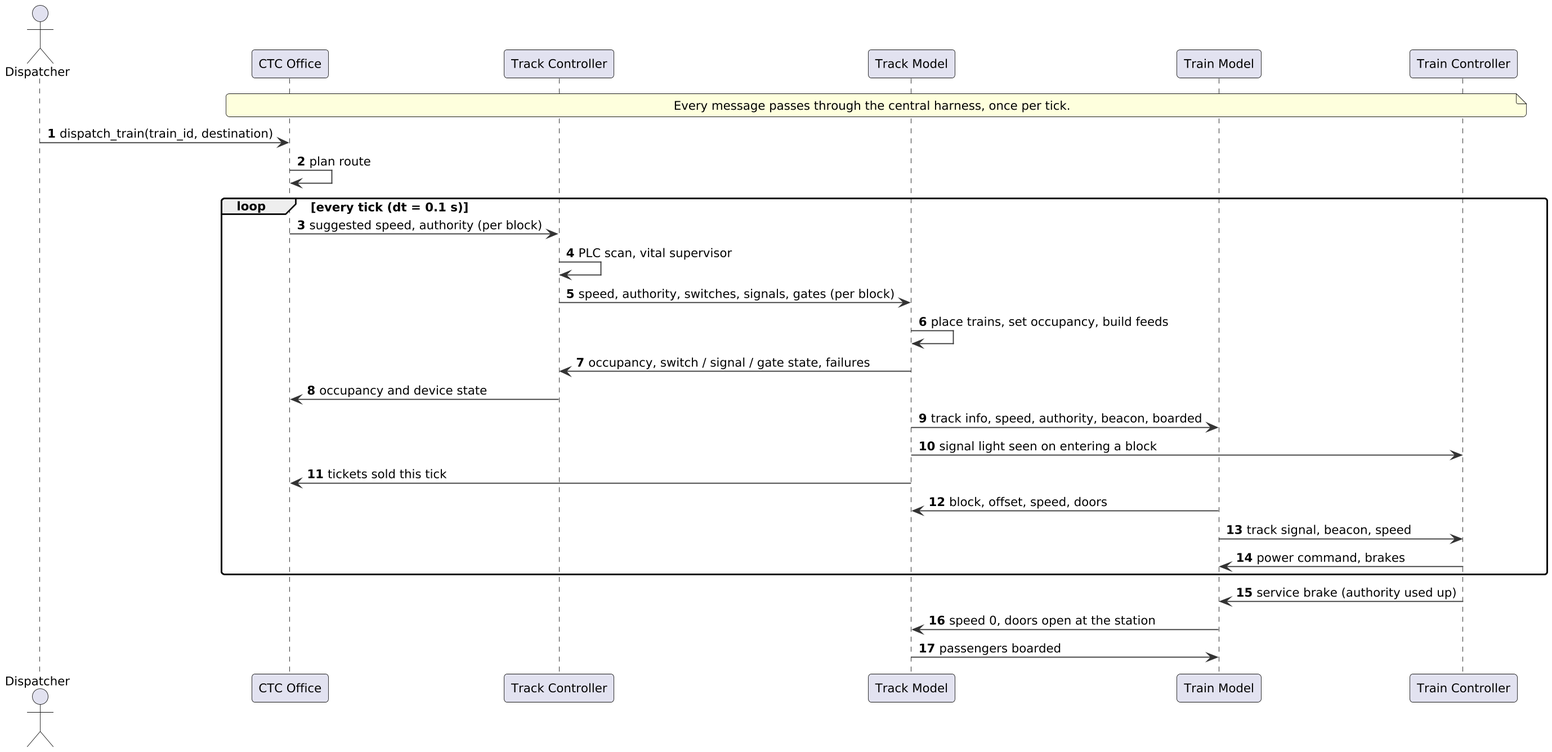
Landiss04/Track-Overflow keeps this PlantUML diagram as documents/uml/track_model/sd16_dispatch.png. Above is the earlier version.
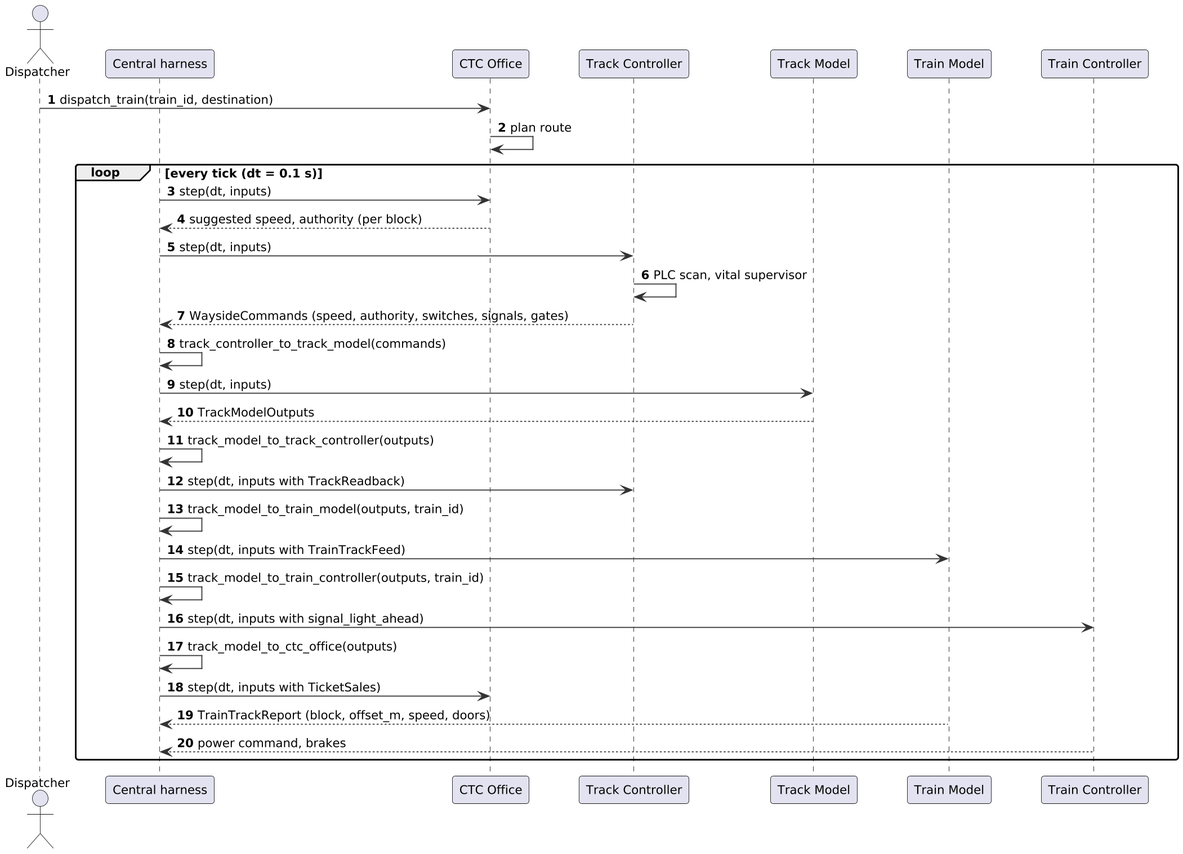
The same diagram one commit later.

The edit, as a diff of the source:
```diff
@@ -10,29 +10,32 @@
 skinparam ParticipantPadding 20
 autonumber
 actor Dispatcher
+participant "Central harness" as H
 participant "CTC Office" as CTC
 participant "Track Controller" as TC
 participant "Track Model" as TM
 participant "Train Model" as TRM
 participant "Train Controller" as TrC
-note over CTC, TrC : Every message passes through the central harness, once per tick.
 Dispatcher -> CTC : dispatch_train(train_id, destination)
 CTC -> CTC : plan route
 loop every tick (dt = 0.1 s)
-  CTC -> TC : suggested speed, authority (per block)
+  H -> CTC : step(dt, inputs)
+  CTC --> H : suggested speed, authority (per block)
+  H -> TC : step(dt, inputs)
   TC -> TC : PLC scan, vital supervisor
-  TC -> TM : speed, authority, switches, signals, gates (per block)
-  TM -> TM : place trains, set occupancy, build feeds
-  TM -> TC : occupancy, switch / signal / gate state, failures
-  TC -> CTC : occupancy and device state
-  TM -> TRM : track info, speed, authority, beacon, boarded
-  TM -> TrC : signal light seen on entering a block
-  TM -> CTC : tickets sold this tick
-  TRM -> TM : block, offset, speed, doors
-  TRM -> TrC : track signal, beacon, speed
-  TrC -> TRM : power command, brakes
+  TC --> H : WaysideCommands (speed, authority, switches, signals, gates)
+  H -> H : track_controller_to_track_model(commands)
+  H -> TM : step(dt, inputs)
+  TM --> H : TrackModelOutputs
+  H -> H : track_model_to_track_controller(outputs)
+  H -> TC : step(dt, inputs with TrackReadback)
+  H -> H : track_model_to_train_model(outputs, train_id)
+  H -> TRM : step(dt, inputs with TrainTrackFeed)
+  H -> H : track_model_to_train_controller(outputs, train_id)
+  H -> TrC : step(dt, inputs with signal_light_ahead)
+  H -> H : track_model_to_ctc_office(outputs)
+  H -> CTC : step(dt, inputs with TicketSales)
+  TRM --> H : TrainTrackReport (block, offset_m, speed, doors)
+  TrC --> H : power command, brakes
 end
-TrC -> TRM : service brake (authority used up)
-TRM -> TM : speed 0, doors open at the station
-TM -> TRM : passengers boarded
 @enduml
```
